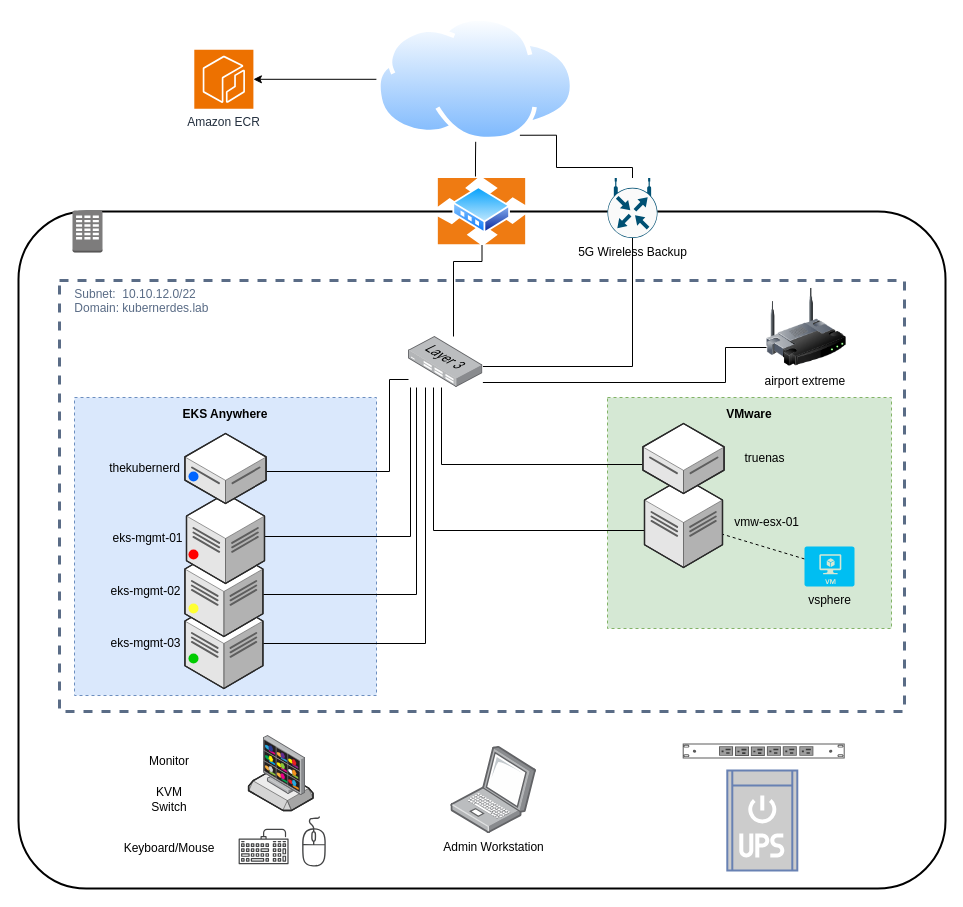
Earlier version of the draw.io diagram Images/APG-EKS-Anywhere-enclave.drawio (jaradtke-aws/kubernerdes.lab). Source tidied: cells renumbered, new cells numbered last; positions are measured from the earlier drawing's top-left corner, leaving out a move shared by most shapes. Both pictures are drawn from the tidied source at 100%, with x=0, y=0 at pixel (18, 16).
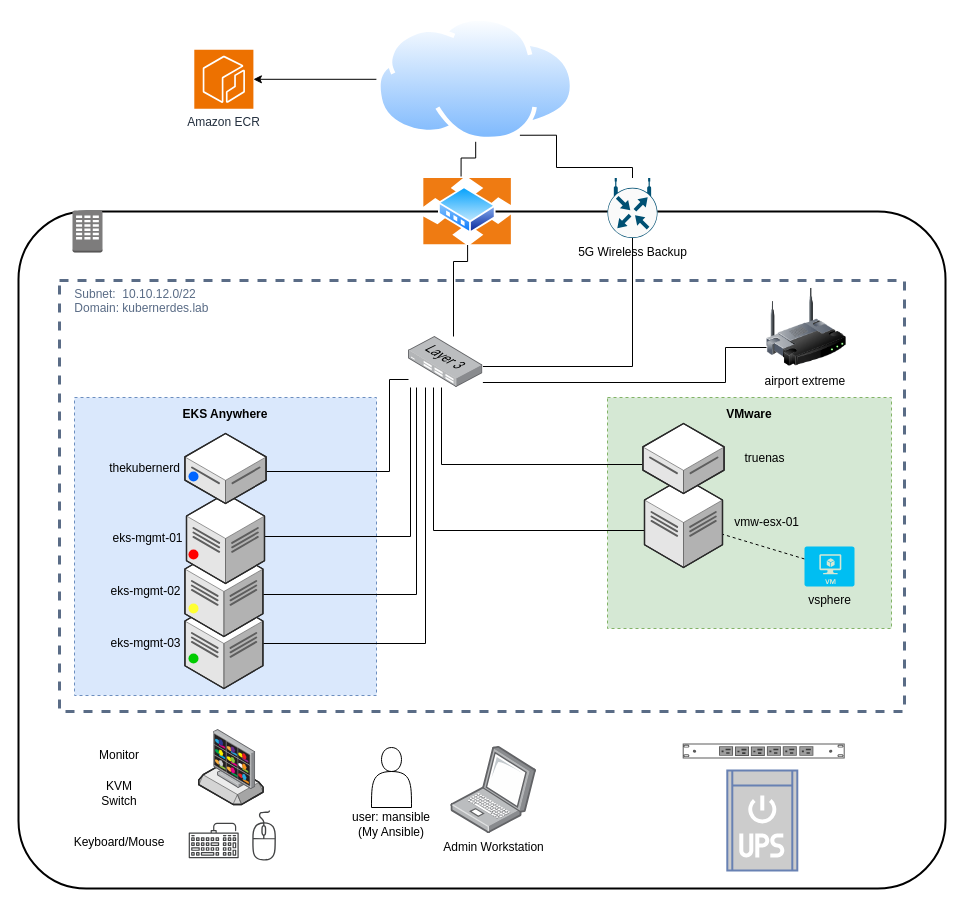
Above is the later version.

Commit message (it also covers changes not shown here):
Adding clarificaiton of user

Unchanged cells that the change refers to:
```xml
<mxCell id="9" style="image;points=[];html=1;align=center;shadow=0;dashed=0;image=img/lib/allied_telesis/switch/Switch_24_port_L3.svg;" parent="1" vertex="1">
  <mxGeometry x="390" y="320" width="74.4" height="51" as="geometry" />
</mxCell>
```

The edit, as a diff of the source:
```diff
@@
     <mxCell id="6" style="verticalLabelPosition=bottom;html=1;verticalAlign=top;strokeWidth=1;align=center;dashed=0;shape=mxgraph.aws3d.ebs;fillColor=#ECECEC;strokeColor=#5E5E5E;" parent="1" vertex="1">
-      <mxGeometry x="230.1" y="752" width="64.4" height="42" as="geometry" />
+      <mxGeometry x="180.2" y="746" width="64.4" height="42" as="geometry" />
     </mxCell>
@@
     <mxCell id="17" style="edgeStyle=orthogonalEdgeStyle;rounded=0;jettySize=auto;html=1;exitX=0.5;exitY=1;exitDx=0;exitDy=0;endArrow=none;endFill=0;" parent="1" edge="1" source="18" target="9">
       <mxGeometry relative="1" as="geometry">
         <Array as="points">
-          <mxPoint x="464" y="245" />
+          <mxPoint x="449" y="245" />
           <mxPoint x="435" y="245" />
         </Array>
       </mxGeometry>
     </mxCell>
     <mxCell id="18" style="image;perimeter=ellipsePerimeter;html=1;align=center;shadow=0;dashed=0;spacingTop=3;image=img/lib/active_directory/router.svg;" parent="1" vertex="1">
-      <mxGeometry x="419.4" y="161.5" width="88.2" height="67" as="geometry" />
+      <mxGeometry x="405" y="161.5" width="88.2" height="67" as="geometry" />
     </mxCell>
@@
     <mxCell id="24" style="sketch=0;shadow=0;dashed=0;html=1;strokeColor=none;fillColor=#434445;labelPosition=center;verticalLabelPosition=bottom;verticalAlign=top;align=center;shape=mxgraph.vvd.keyboard;" parent="1" vertex="1">
-      <mxGeometry x="220.1" y="812.2" width="50" height="35.5" as="geometry" />
+      <mxGeometry x="170.2" y="806.2" width="50" height="35.5" as="geometry" />
     </mxCell>
     <mxCell id="25" style="image;html=1;align=center;shadow=0;dashed=0;image=img/lib/allied_telesis/security/DVS_Surveillance_Monitor.svg;" parent="1" vertex="1">
-      <mxGeometry x="245.1" y="719" width="42" height="60" as="geometry" />
+      <mxGeometry x="195.2" y="713" width="42" height="60" as="geometry" />
     </mxCell>
     <mxCell id="26" style="sketch=0;shadow=0;dashed=0;html=1;strokeColor=none;fillColor=#434445;labelPosition=center;verticalLabelPosition=bottom;verticalAlign=top;align=center;shape=mxgraph.vvd.mouse;" parent="1" vertex="1">
-      <mxGeometry x="283.1" y="800" width="24.5" height="50" as="geometry" />
+      <mxGeometry x="233.2" y="794" width="24.5" height="50" as="geometry" />
     </mxCell>
     <mxCell id="27" value="KVM Switch" style="text;html=1;align=center;verticalAlign=middle;whiteSpace=wrap;rounded=0;" parent="1" vertex="1">
-      <mxGeometry x="120.6" y="768" width="60" height="30" as="geometry" />
+      <mxGeometry x="70.8" y="762" width="60" height="30" as="geometry" />
     </mxCell>
@@
     <mxCell id="31" value="Monitor" style="text;html=1;align=center;verticalAlign=middle;whiteSpace=wrap;rounded=0;" parent="1" vertex="1">
-      <mxGeometry x="120.6" y="730" width="60" height="30" as="geometry" />
+      <mxGeometry x="70.8" y="724" width="60" height="30" as="geometry" />
     </mxCell>
     <mxCell id="32" value="Keyboard/Mouse&lt;div&gt;&lt;br&gt;&lt;/div&gt;" style="text;html=1;align=center;verticalAlign=middle;whiteSpace=wrap;rounded=0;" parent="1" vertex="1">
-      <mxGeometry x="100.8" y="824" width="99.5" height="30" as="geometry" />
+      <mxGeometry x="51" y="818" width="99.5" height="30" as="geometry" />
     </mxCell>
@@
+    <mxCell id="48" style="shape=actor;whiteSpace=wrap;html=1;" parent="1" vertex="1">
+      <mxGeometry x="353" y="731" width="40" height="60" as="geometry" />
+    </mxCell>
+    <mxCell id="49" value="user: mansible&lt;br&gt;(My Ansible)" style="text;html=1;align=center;verticalAlign=middle;whiteSpace=wrap;rounded=0;" parent="1" vertex="1">
+      <mxGeometry x="332" y="793" width="82" height="30" as="geometry" />
+    </mxCell>
```
